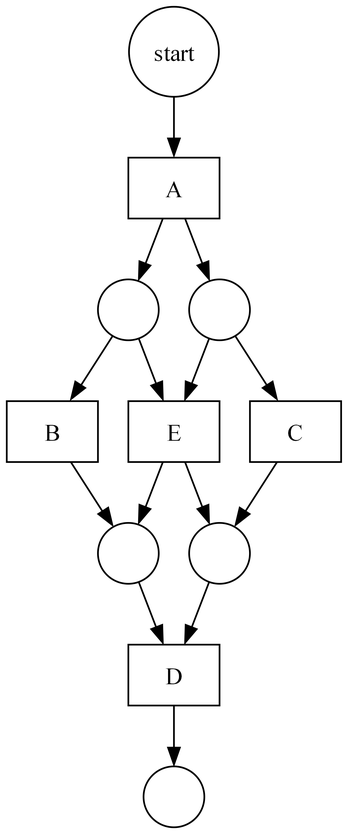
This is result.png from wcbup/Heuristic-Miner, a Graphviz export, as it was before one commit. Its source is kept beside it as result.dot.
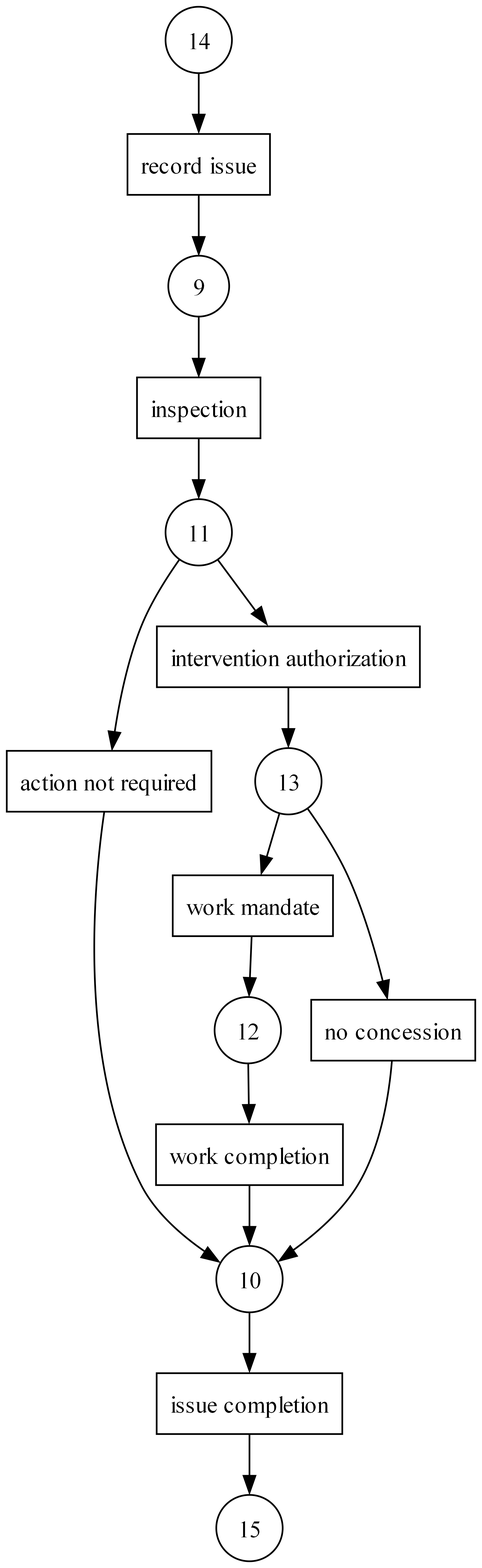
After the change.

Change to the diagram source:
```diff
@@ -1,27 +1,33 @@
 digraph SourceGra {
-x1 [shape = box label="A"];
-x2 [shape = box label="B"];
-x3 [shape = box label="C"];
-x4 [shape = box label="D"];
-x5 [shape = box label="E"];
-x6 [shape = circle label=" "];
-x7 [shape = circle label=" "];
-x8 [shape = circle label=" "];
-x9 [shape = circle label=" "];
-x10 [shape = circle label="start"];
-x11 [shape = circle label=" "];
-x1 -> x6;
-x1 -> x7;
-x2 -> x8;
-x3 -> x9;
+x1 [shape = box label="record issue"];
+x2 [shape = box label="issue completion"];
+x3 [shape = box label="work completion"];
+x4 [shape = box label="inspection"];
+x5 [shape = box label="work mandate"];
+x6 [shape = box label="action not required"];
+x7 [shape = box label="intervention authorization"];
+x8 [shape = box label="no concession"];
+x9 [shape = circle label="9"];
+x10 [shape = circle label="10"];
+x11 [shape = circle label="11"];
+x12 [shape = circle label="12"];
+x13 [shape = circle label="13"];
+x14 [shape = circle label="14"];
+x15 [shape = circle label="15"];
+x1 -> x9;
+x2 -> x15;
+x3 -> x10;
 x4 -> x11;
-x5 -> x8;
-x5 -> x9;
-x6 -> x2;
-x6 -> x5;
-x7 -> x3;
-x7 -> x5;
-x8 -> x4;
+x5 -> x12;
+x6 -> x10;
+x7 -> x13;
+x8 -> x10;
 x9 -> x4;
-x10 -> x1;
+x10 -> x2;
+x11 -> x6;
+x11 -> x7;
+x12 -> x3;
+x13 -> x8;
+x13 -> x5;
+x14 -> x1;
 }
```
